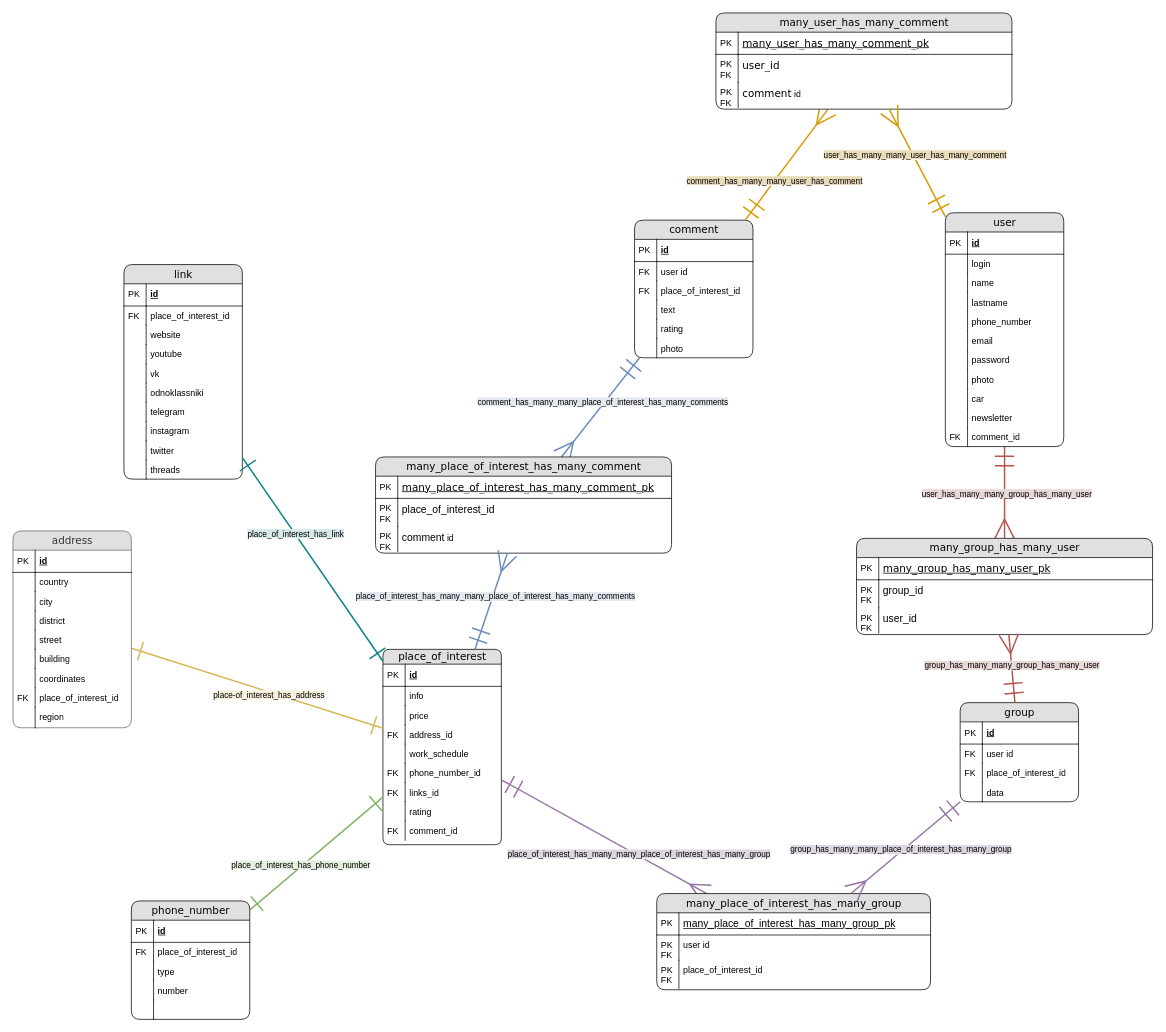
Earlier version of the draw.io diagram diagram/ERD подробная.drawio (RinaBoni/travel_helper). Source tidied: cells renumbered, new cells numbered last; positions are measured from the earlier drawing's top-left corner, leaving out a move shared by most shapes. Both pictures are drawn from the tidied source at 74%, with x=0, y=0 at pixel (13, 13).
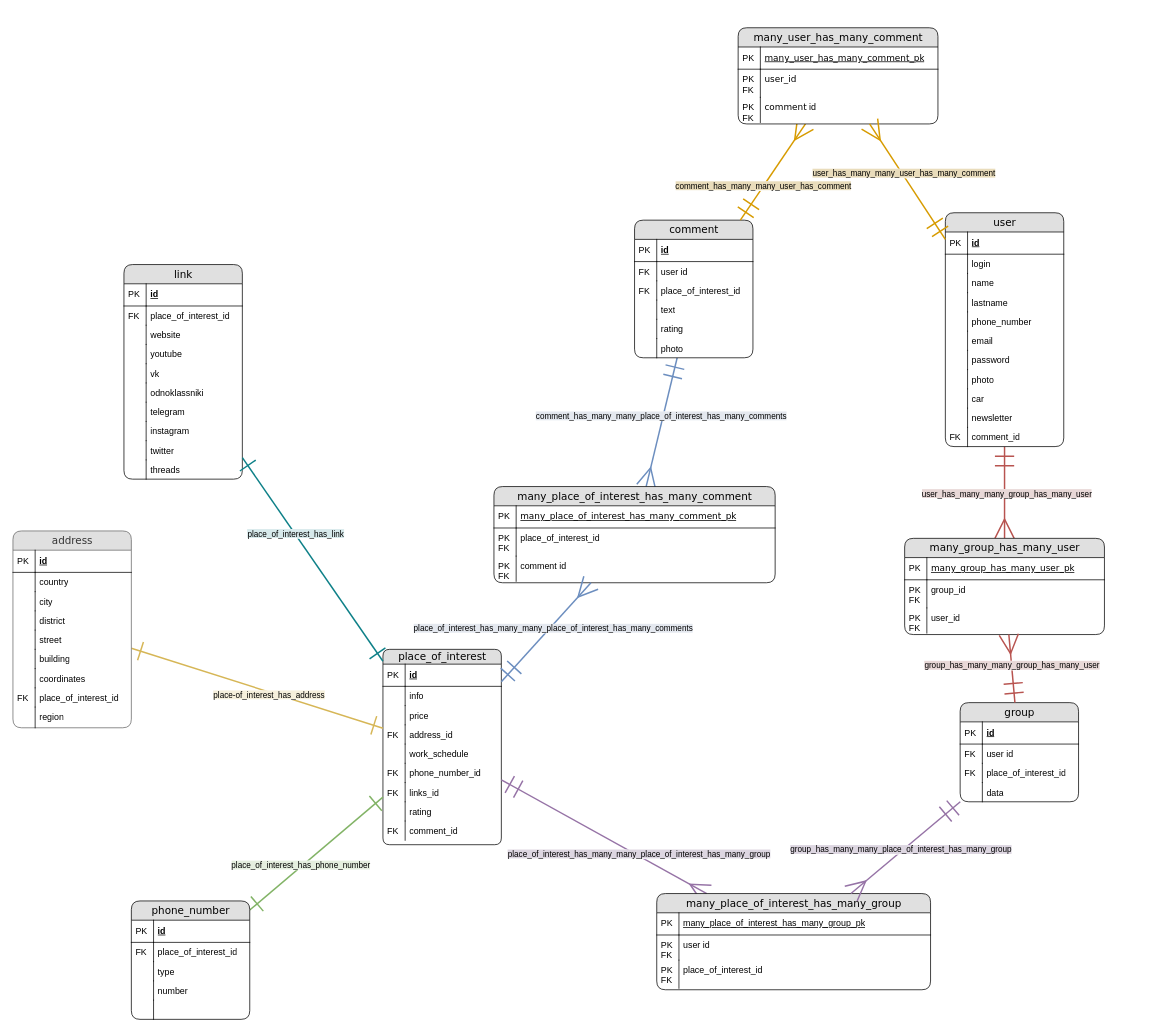
After the change.

The change refers to these unchanged cells:
```xml
<mxCell id="131" value="many_place_of_interest_has_many_group" style="swimlane;html=1;fontStyle=0;horizontal=1;startSize=26;fillColor=#e0e0e0;swimlaneFillColor=#ffffff;align=center;rounded=1;shadow=0;comic=0;labelBackgroundColor=none;strokeWidth=1;fontFamily=Verdana;fontSize=14;" parent="1" vertex="1">
  <mxGeometry x="870" y="1190" width="370" height="130" as="geometry" />
</mxCell>
```

What changed in the source:
```diff
@@
-    <mxCell id="132" value="&lt;span style=&quot;font-size: 14px; font-weight: 400; text-align: center; text-wrap: nowrap;&quot;&gt;many_place_of_interest_has_many_group_pk&lt;/span&gt;" style="shape=partialRectangle;top=0;left=0;right=0;bottom=1;html=1;align=left;verticalAlign=middle;fillColor=none;spacingLeft=34;spacingRight=4;whiteSpace=wrap;overflow=hidden;fontStyle=5;" parent="131" vertex="1">
+    <mxCell id="132" value="&lt;span style=&quot;font-weight: 400; text-align: center; text-wrap: nowrap;&quot;&gt;&lt;font style=&quot;font-size: 12px;&quot;&gt;many_place_of_interest_has_many_group_pk&lt;/font&gt;&lt;/span&gt;" style="shape=partialRectangle;top=0;left=0;right=0;bottom=1;html=1;align=left;verticalAlign=middle;fillColor=none;spacingLeft=34;spacingRight=4;whiteSpace=wrap;overflow=hidden;fontStyle=5;" parent="131" vertex="1">
       <mxGeometry y="26" width="370" height="30" as="geometry" />
     </mxCell>
@@
     <mxCell id="140" value="many_place_of_interest_has_many_comment" style="swimlane;html=1;fontStyle=0;horizontal=1;startSize=26;fillColor=#e0e0e0;swimlaneFillColor=#ffffff;align=center;rounded=1;shadow=0;comic=0;labelBackgroundColor=none;strokeWidth=1;fontFamily=Verdana;fontSize=14;" parent="1" vertex="1">
-      <mxGeometry x="490" y="600" width="400" height="130" as="geometry" />
+      <mxGeometry x="650" y="640" width="380" height="130" as="geometry" />
     </mxCell>
-    <mxCell id="141" value="&lt;span style=&quot;font-family: Verdana; font-size: 14px; font-weight: 400; text-align: center; text-wrap: nowrap;&quot;&gt;many_place_of_interest_has_many_&lt;/span&gt;&lt;span style=&quot;font-family: Verdana; font-size: 14px; font-weight: 400; text-align: center; text-wrap: nowrap;&quot;&gt;comment&lt;/span&gt;&lt;span style=&quot;font-family: Verdana; font-size: 14px; font-weight: 400; text-align: center; text-wrap: nowrap;&quot;&gt;_pk&lt;/span&gt;" style="shape=partialRectangle;top=0;left=0;right=0;bottom=1;html=1;align=left;verticalAlign=middle;fillColor=none;spacingLeft=34;spacingRight=4;whiteSpace=wrap;overflow=hidden;fontStyle=5;" parent="140" vertex="1">
-      <mxGeometry y="26" width="400" height="30" as="geometry" />
+    <mxCell id="141" value="&lt;font style=&quot;font-size: 12px;&quot;&gt;&lt;span style=&quot;font-family: Verdana; font-weight: 400; text-align: center; text-wrap: nowrap;&quot;&gt;many_place_of_interest_has_many_&lt;/span&gt;&lt;span style=&quot;font-family: Verdana; font-weight: 400; text-align: center; text-wrap: nowrap;&quot;&gt;comment&lt;/span&gt;&lt;span style=&quot;font-family: Verdana; font-weight: 400; text-align: center; text-wrap: nowrap;&quot;&gt;_pk&lt;/span&gt;&lt;/font&gt;" style="shape=partialRectangle;top=0;left=0;right=0;bottom=1;html=1;align=left;verticalAlign=middle;fillColor=none;spacingLeft=34;spacingRight=4;whiteSpace=wrap;overflow=hidden;fontStyle=5;" parent="140" vertex="1">
+      <mxGeometry y="26" width="380" height="30" as="geometry" />
     </mxCell>
@@
-    <mxCell id="143" value="&lt;font face=&quot;Helvetica&quot; style=&quot;font-size: 14px;&quot;&gt;place_of_interest_id&lt;/font&gt;" style="shape=partialRectangle;top=0;left=0;right=0;bottom=0;html=1;align=left;verticalAlign=top;fillColor=none;spacingLeft=34;spacingRight=4;whiteSpace=wrap;overflow=hidden;" parent="140" vertex="1">
-      <mxGeometry y="56" width="400" height="38" as="geometry" />
+    <mxCell id="143" value="&lt;font face=&quot;Helvetica&quot; style=&quot;font-size: 12px;&quot;&gt;place_of_interest_id&lt;/font&gt;" style="shape=partialRectangle;top=0;left=0;right=0;bottom=0;html=1;align=left;verticalAlign=top;fillColor=none;spacingLeft=34;spacingRight=4;whiteSpace=wrap;overflow=hidden;" parent="140" vertex="1">
+      <mxGeometry y="56" width="380" height="38" as="geometry" />
     </mxCell>
@@
-    <mxCell id="145" value="&lt;font face=&quot;Helvetica&quot;&gt;&lt;span style=&quot;font-size: 14px; text-align: center; text-wrap: nowrap;&quot;&gt;comment&lt;/span&gt;&amp;nbsp;id&lt;/font&gt;" style="shape=partialRectangle;top=0;left=0;right=0;bottom=0;html=1;align=left;verticalAlign=top;fillColor=none;spacingLeft=34;spacingRight=4;whiteSpace=wrap;overflow=hidden;" parent="140" vertex="1">
-      <mxGeometry y="94" width="400" height="34" as="geometry" />
+    <mxCell id="145" value="&lt;font style=&quot;font-size: 12px;&quot; face=&quot;Helvetica&quot;&gt;&lt;span style=&quot;text-align: center; text-wrap: nowrap;&quot;&gt;comment&lt;/span&gt;&amp;nbsp;id&lt;/font&gt;" style="shape=partialRectangle;top=0;left=0;right=0;bottom=0;html=1;align=left;verticalAlign=top;fillColor=none;spacingLeft=34;spacingRight=4;whiteSpace=wrap;overflow=hidden;" parent="140" vertex="1">
+      <mxGeometry y="94" width="380" height="34" as="geometry" />
     </mxCell>
@@
     <mxCell id="149" value="many_group_has_many_user" style="swimlane;html=1;fontStyle=0;horizontal=1;startSize=26;fillColor=#e0e0e0;swimlaneFillColor=#ffffff;align=center;rounded=1;shadow=0;comic=0;labelBackgroundColor=none;strokeWidth=1;fontFamily=Verdana;fontSize=14;" parent="1" vertex="1">
-      <mxGeometry x="1140" y="710" width="400" height="130" as="geometry" />
+      <mxGeometry x="1205" y="710" width="270" height="130" as="geometry" />
     </mxCell>
-    <mxCell id="150" value="&lt;span style=&quot;font-family: Verdana; font-size: 14px; font-weight: 400; text-align: center; text-wrap: nowrap;&quot;&gt;many_group_has_many_user&lt;/span&gt;&lt;span style=&quot;font-family: Verdana; font-size: 14px; font-weight: 400; text-align: center; text-wrap: nowrap;&quot;&gt;_pk&lt;/span&gt;" style="shape=partialRectangle;top=0;left=0;right=0;bottom=1;html=1;align=left;verticalAlign=middle;fillColor=none;spacingLeft=34;spacingRight=4;whiteSpace=wrap;overflow=hidden;fontStyle=5;" parent="149" vertex="1">
-      <mxGeometry y="26" width="400" height="30" as="geometry" />
+    <mxCell id="150" value="&lt;font style=&quot;font-size: 12px;&quot;&gt;&lt;span style=&quot;font-family: Verdana; font-weight: 400; text-align: center; text-wrap: nowrap;&quot;&gt;many_group_has_many_user&lt;/span&gt;&lt;span style=&quot;font-family: Verdana; font-weight: 400; text-align: center; text-wrap: nowrap;&quot;&gt;_pk&lt;/span&gt;&lt;/font&gt;" style="shape=partialRectangle;top=0;left=0;right=0;bottom=1;html=1;align=left;verticalAlign=middle;fillColor=none;spacingLeft=34;spacingRight=4;whiteSpace=wrap;overflow=hidden;fontStyle=5;" parent="149" vertex="1">
+      <mxGeometry y="26" width="270" height="30" as="geometry" />
     </mxCell>
@@
-    <mxCell id="152" value="&lt;font face=&quot;Helvetica&quot; style=&quot;font-size: 14px;&quot;&gt;group_id&lt;/font&gt;" style="shape=partialRectangle;top=0;left=0;right=0;bottom=0;html=1;align=left;verticalAlign=top;fillColor=none;spacingLeft=34;spacingRight=4;whiteSpace=wrap;overflow=hidden;" parent="149" vertex="1">
-      <mxGeometry y="56" width="400" height="38" as="geometry" />
+    <mxCell id="152" value="&lt;font face=&quot;Helvetica&quot; style=&quot;font-size: 12px;&quot;&gt;group_id&lt;/font&gt;" style="shape=partialRectangle;top=0;left=0;right=0;bottom=0;html=1;align=left;verticalAlign=top;fillColor=none;spacingLeft=34;spacingRight=4;whiteSpace=wrap;overflow=hidden;" parent="149" vertex="1">
+      <mxGeometry y="56" width="270" height="38" as="geometry" />
     </mxCell>
@@
-    <mxCell id="154" value="&lt;div style=&quot;text-align: center;&quot;&gt;&lt;span style=&quot;background-color: initial; font-size: 14px; text-wrap: nowrap;&quot;&gt;user_id&lt;/span&gt;&lt;/div&gt;" style="shape=partialRectangle;top=0;left=0;right=0;bottom=0;html=1;align=left;verticalAlign=top;fillColor=none;spacingLeft=34;spacingRight=4;whiteSpace=wrap;overflow=hidden;" parent="149" vertex="1">
-      <mxGeometry y="94" width="400" height="34" as="geometry" />
+    <mxCell id="154" value="&lt;div style=&quot;text-align: center;&quot;&gt;&lt;span style=&quot;background-color: initial; text-wrap: nowrap;&quot;&gt;&lt;font style=&quot;font-size: 12px;&quot;&gt;user_id&lt;/font&gt;&lt;/span&gt;&lt;/div&gt;" style="shape=partialRectangle;top=0;left=0;right=0;bottom=0;html=1;align=left;verticalAlign=top;fillColor=none;spacingLeft=34;spacingRight=4;whiteSpace=wrap;overflow=hidden;" parent="149" vertex="1">
+      <mxGeometry y="94" width="270" height="34" as="geometry" />
     </mxCell>
@@
     <mxCell id="158" value="many_user_has_many_comment" style="swimlane;html=1;fontStyle=0;horizontal=1;startSize=26;fillColor=#e0e0e0;swimlaneFillColor=#ffffff;align=center;rounded=1;shadow=0;comic=0;labelBackgroundColor=none;strokeWidth=1;fontFamily=Verdana;fontSize=14;" parent="1" vertex="1">
-      <mxGeometry x="950" width="400" height="130" as="geometry" />
+      <mxGeometry x="980" y="20" width="270" height="130" as="geometry" />
     </mxCell>
-    <mxCell id="159" value="&lt;span style=&quot;font-family: Verdana; font-size: 14px; font-weight: 400; text-align: center; text-wrap: nowrap;&quot;&gt;many_user_has_many_comment&lt;/span&gt;&lt;span style=&quot;font-family: Verdana; font-size: 14px; font-weight: 400; text-align: center; text-wrap: nowrap;&quot;&gt;_pk&lt;/span&gt;" style="shape=partialRectangle;top=0;left=0;right=0;bottom=1;html=1;align=left;verticalAlign=middle;fillColor=none;spacingLeft=34;spacingRight=4;whiteSpace=wrap;overflow=hidden;fontStyle=5;" parent="158" vertex="1">
-      <mxGeometry y="26" width="400" height="30" as="geometry" />
+    <mxCell id="159" value="&lt;font style=&quot;font-size: 12px;&quot;&gt;&lt;span style=&quot;font-family: Verdana; font-weight: 400; text-align: center; text-wrap: nowrap;&quot;&gt;many_user_has_many_comment&lt;/span&gt;&lt;span style=&quot;font-family: Verdana; font-weight: 400; text-align: center; text-wrap: nowrap;&quot;&gt;_pk&lt;/span&gt;&lt;/font&gt;" style="shape=partialRectangle;top=0;left=0;right=0;bottom=1;html=1;align=left;verticalAlign=middle;fillColor=none;spacingLeft=34;spacingRight=4;whiteSpace=wrap;overflow=hidden;fontStyle=5;" parent="158" vertex="1">
+      <mxGeometry y="26" width="270" height="30" as="geometry" />
     </mxCell>
@@
-    <mxCell id="161" value="&lt;font face=&quot;Verdana&quot;&gt;&lt;span style=&quot;font-size: 14px;&quot;&gt;user_id&lt;/span&gt;&lt;/font&gt;" style="shape=partialRectangle;top=0;left=0;right=0;bottom=0;html=1;align=left;verticalAlign=top;fillColor=none;spacingLeft=34;spacingRight=4;whiteSpace=wrap;overflow=hidden;" parent="158" vertex="1">
-      <mxGeometry y="56" width="400" height="38" as="geometry" />
+    <mxCell id="161" value="&lt;font style=&quot;font-size: 12px;&quot; face=&quot;Verdana&quot;&gt;user_id&lt;/font&gt;" style="shape=partialRectangle;top=0;left=0;right=0;bottom=0;html=1;align=left;verticalAlign=top;fillColor=none;spacingLeft=34;spacingRight=4;whiteSpace=wrap;overflow=hidden;" parent="158" vertex="1">
+      <mxGeometry y="56" width="270" height="38" as="geometry" />
     </mxCell>
@@
-    <mxCell id="163" value="&lt;span style=&quot;font-family: Verdana; font-size: 14px; text-align: center; text-wrap: nowrap;&quot;&gt;comment&lt;/span&gt;&amp;nbsp;id" style="shape=partialRectangle;top=0;left=0;right=0;bottom=0;html=1;align=left;verticalAlign=top;fillColor=none;spacingLeft=34;spacingRight=4;whiteSpace=wrap;overflow=hidden;" parent="158" vertex="1">
-      <mxGeometry y="94" width="400" height="34" as="geometry" />
+    <mxCell id="163" value="&lt;font style=&quot;font-size: 12px;&quot;&gt;&lt;span style=&quot;font-family: Verdana; text-align: center; text-wrap: nowrap;&quot;&gt;comment&lt;/span&gt;&amp;nbsp;id&lt;/font&gt;" style="shape=partialRectangle;top=0;left=0;right=0;bottom=0;html=1;align=left;verticalAlign=top;fillColor=none;spacingLeft=34;spacingRight=4;whiteSpace=wrap;overflow=hidden;" parent="158" vertex="1">
+      <mxGeometry y="94" width="270" height="34" as="geometry" />
     </mxCell>
```
